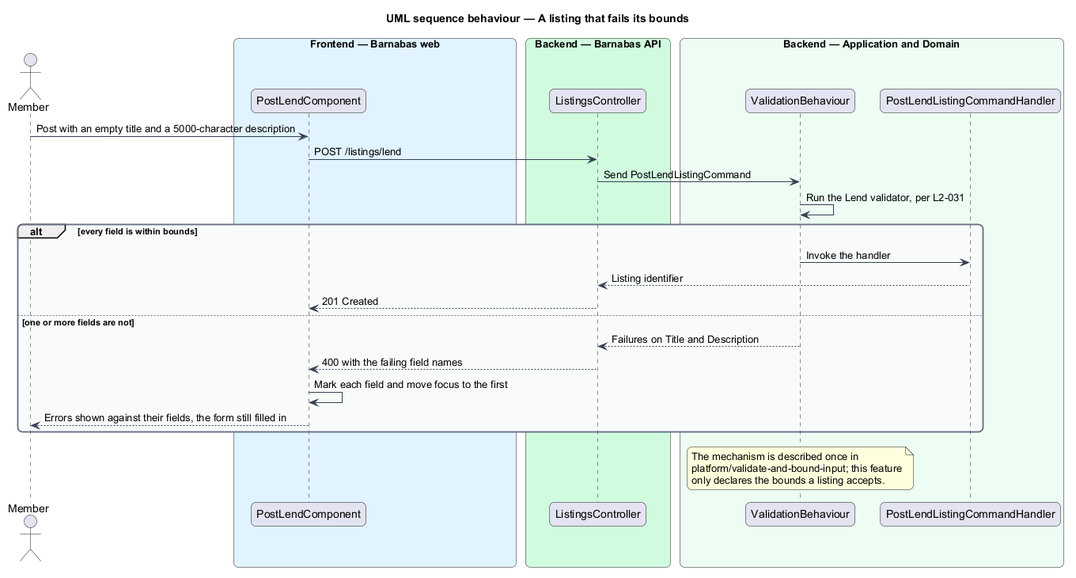
Before: docs/detailed-designs/listings/post-a-listing/diagrams/sequence-invalid.png, a diagram exported from PlantUML (QuinntyneBrown/Barnabas).
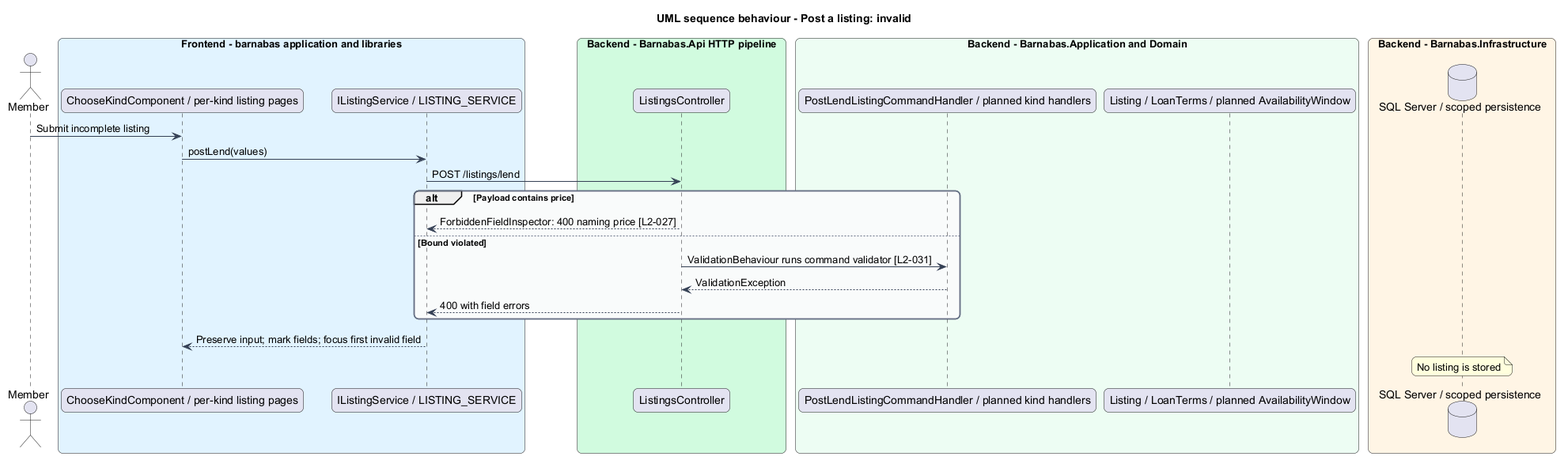
Later version of the same file.

Change to the diagram source:
```diff
@@ -1,5 +1,5 @@
 @startuml
-title UML sequence behaviour — A listing that fails its bounds
+title UML sequence behaviour - Post a listing: invalid
 skinparam backgroundColor #FFFFFF
 skinparam shadowing false
 skinparam roundcorner 12
@@ -15,30 +15,30 @@
   BackgroundColor #F9FAFB
 }
 actor "Member" as actor
-box "Frontend — Barnabas web" #E0F2FE
-  participant "PostLendComponent" as page
+box "Frontend - barnabas application and libraries" #E0F2FE
+  participant "ChooseKindComponent / per-kind listing pages" as page
+  participant "IListingService / LISTING_SERVICE" as client
 end box
-box "Backend — Barnabas API" #D1FADF
-  participant "ListingsController" as controller
+box "Backend - Barnabas.Api HTTP pipeline" #D1FADF
+  participant "ListingsController" as api
 end box
-box "Backend — Application and Domain" #ECFDF3
-  participant "ValidationBehaviour" as behaviour
-  participant "PostLendListingCommandHandler" as handler
+box "Backend - Barnabas.Application and Domain" #ECFDF3
+  participant "PostLendListingCommandHandler / planned kind handlers" as handler
+  participant "Listing / LoanTerms / planned AvailabilityWindow" as entity
 end box
-
-actor -> page : Post with an empty title and a 5000-character description
-page -> controller : POST /listings/lend
-controller -> behaviour : Send PostLendListingCommand
-behaviour -> behaviour : Run the Lend validator, per L2-031
-alt every field is within bounds
-  behaviour -> handler : Invoke the handler
-  handler --> controller : Listing identifier
-  controller --> page : 201 Created
-else one or more fields are not
-  behaviour --> controller : Failures on Title and Description
-  controller --> page : 400 with the failing field names
-  page -> page : Mark each field and move focus to the first
-  page --> actor : Errors shown against their fields, the form still filled in
+box "Backend - Barnabas.Infrastructure" #FFF4E5
+  database "SQL Server / scoped persistence" as db
+end box
+actor -> page : Submit incomplete listing
+page -> client : postLend(values)
+client -> api : POST /listings/lend
+alt Payload contains price
+  api --> client : ForbiddenFieldInspector: 400 naming price [L2-027]
+else Bound violated
+  api -> handler : ValidationBehaviour runs command validator [L2-031]
+  handler --> api : ValidationException
+  api --> client : 400 with field errors
 end
-note over behaviour : The mechanism is described once in\nplatform/validate-and-bound-input; this feature\nonly declares the bounds a listing accepts.
+client --> page : Preserve input; mark fields; focus first invalid field
+note over db : No listing is stored
 @enduml
```
